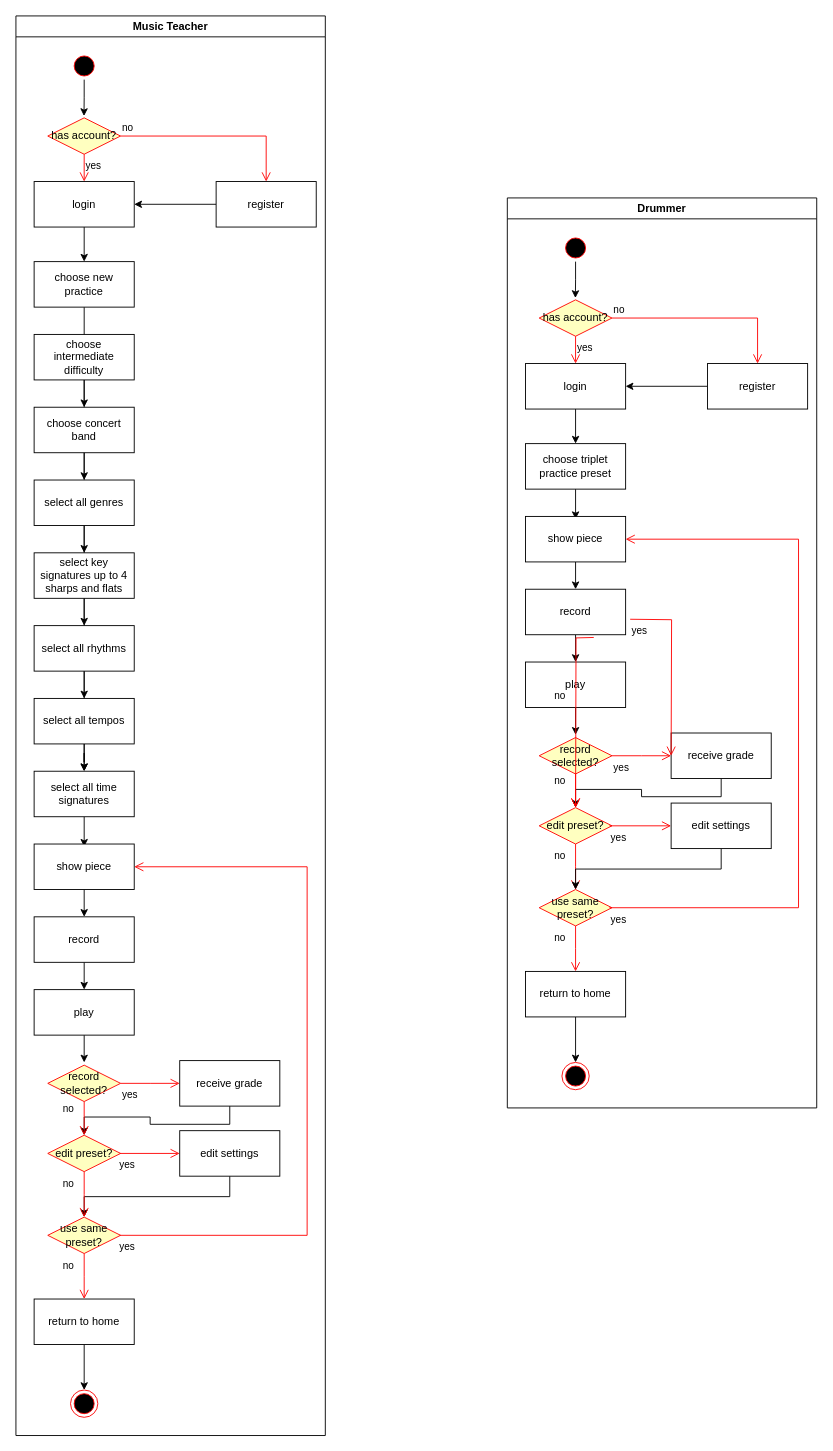
Above: UML Diagram.drawio in software-students-spring2025/1-specification-exercise-the-wireframers (draw.io), before the change. Source tidied: cells renumbered, new cells numbered last; positions are measured from the earlier drawing's top-left corner, leaving out a move shared by most shapes. Both pictures are drawn from the tidied source at 91%, with x=0, y=0 at pixel (15, 15).
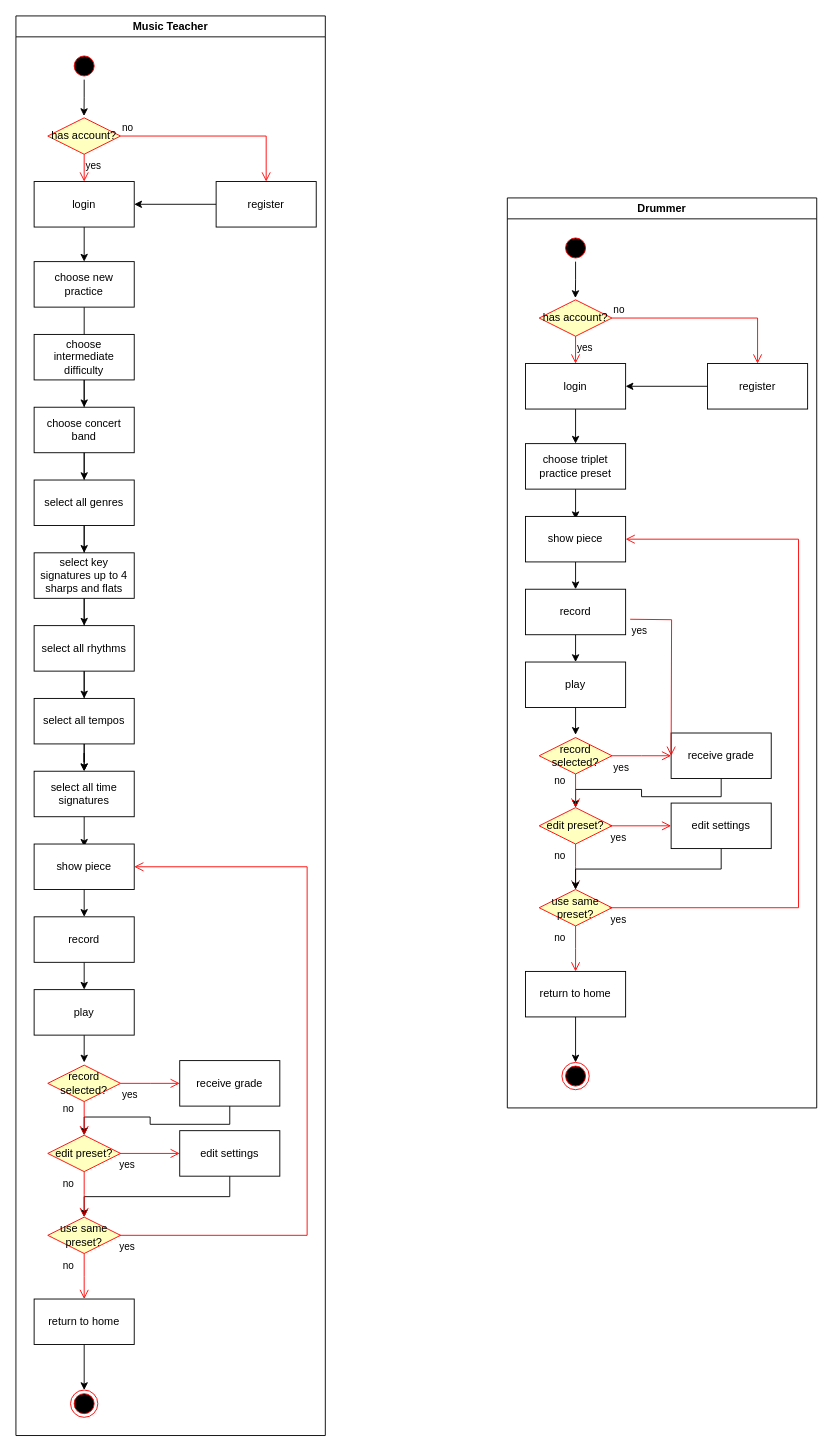
The same diagram, later.

Change to the diagram source:
```diff
@@
-    <mxCell id="44" value="no" style="edgeStyle=orthogonalEdgeStyle;html=1;align=left;verticalAlign=bottom;endArrow=open;endSize=8;strokeColor=#ff0000;rounded=0;exitX=0.5;exitY=1;exitDx=0;exitDy=0;" parent="1" edge="1">
-      <mxGeometry x="-0.11" y="-25" relative="1" as="geometry">
-        <mxPoint x="635" y="683" as="sourcePoint" />
-        <mxPoint x="615" y="870" as="targetPoint" />
-      </mxGeometry>
-    </mxCell>
```
